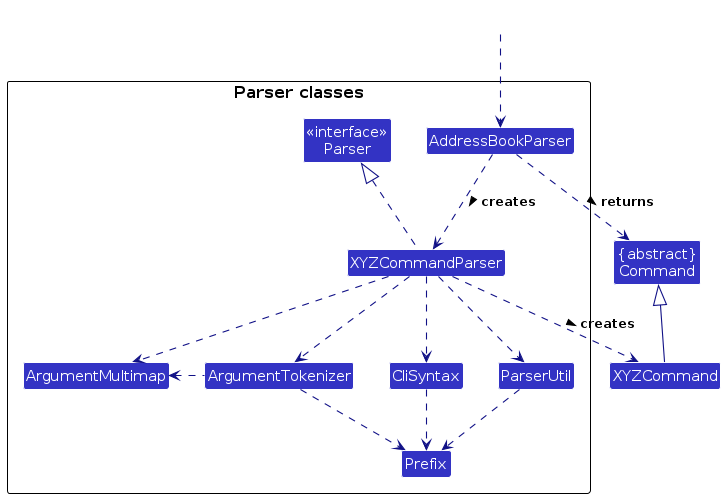
Earlier version of the PlantUML export diagrams/ParserClasses.png (keaganpzh/tp). Its source is kept beside it as diagrams/ParserClasses.puml. The source it was exported from:
```plantuml
@startuml
!include style.puml
skinparam arrowThickness 1.1
skinparam arrowColor LOGIC_COLOR_T4
skinparam classBackgroundColor LOGIC_COLOR

Class "{abstract}\nCommand" as Command
Class XYZCommand

package "Parser classes"{
Class "<<interface>>\nParser" as Parser
Class AddressBookParser
Class XYZCommandParser
Class CliSyntax
Class ParserUtil
Class ArgumentMultimap
Class ArgumentTokenizer
Class Prefix
}

Class HiddenOutside #FFFFFF
HiddenOutside ..> AddressBookParser

AddressBookParser .down.> XYZCommandParser: creates >

XYZCommandParser ..> XYZCommand : creates >
AddressBookParser ..> Command : returns >
XYZCommandParser .up.|> Parser
XYZCommandParser ..> ArgumentMultimap
XYZCommandParser ..> ArgumentTokenizer
ArgumentTokenizer .left.> ArgumentMultimap
XYZCommandParser ..> CliSyntax
CliSyntax ..> Prefix
XYZCommandParser ..> ParserUtil
ParserUtil .down.> Prefix
ArgumentTokenizer .down.> Prefix
XYZCommand -up-|> Command
@enduml
```
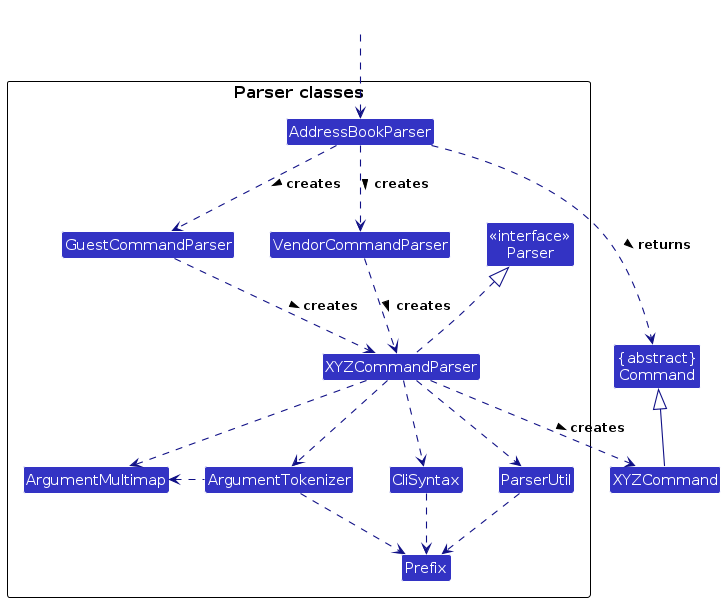
After the change.

Change to the diagram source:
```diff
@@ -10,6 +10,8 @@
 package "Parser classes"{
 Class "<<interface>>\nParser" as Parser
 Class AddressBookParser
+Class GuestCommandParser
+Class VendorCommandParser
 Class XYZCommandParser
 Class CliSyntax
 Class ParserUtil
@@ -21,7 +23,11 @@
 Class HiddenOutside #FFFFFF
 HiddenOutside ..> AddressBookParser
 
-AddressBookParser .down.> XYZCommandParser: creates >
+
+AddressBookParser .down.> GuestCommandParser: creates >
+AddressBookParser .down.> VendorCommandParser: creates >
+GuestCommandParser .down.> XYZCommandParser: creates >
+VendorCommandParser .down.> XYZCommandParser: creates >
 
 XYZCommandParser ..> XYZCommand : creates >
 AddressBookParser ..> Command : returns >
```
